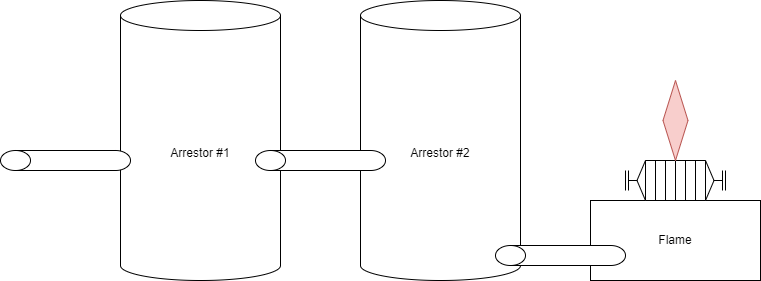
ConnerSanders/CapstoneStarterRepo keeps this draw.io diagram as Documentation/Images/Arrestor.drawio.png. Above is the earlier version. Source tidied: cells renumbered, new cells last; positions are measured from the earlier drawing's top-left corner, leaving out a move shared by most shapes. The source it was exported from:
```xml
<mxGraphModel>
  <root>
    <mxCell id="0" />
    <mxCell id="1" parent="0" />
    <mxCell id="2" value="Arrestor #1" style="shape=cylinder3;whiteSpace=wrap;html=1;boundedLbl=1;backgroundOutline=1;size=15;" parent="1" vertex="1">
      <mxGeometry x="65" width="160" height="280" as="geometry" />
    </mxCell>
    <mxCell id="3" value="Arrestor #2" style="shape=cylinder3;whiteSpace=wrap;html=1;boundedLbl=1;backgroundOutline=1;size=15;" parent="1" vertex="1">
      <mxGeometry x="305" width="160" height="280" as="geometry" />
    </mxCell>
    <mxCell id="4" value="Flame" style="rounded=0;whiteSpace=wrap;html=1;" parent="1" vertex="1">
      <mxGeometry x="535" y="200" width="170" height="80" as="geometry" />
    </mxCell>
    <mxCell id="5" style="verticalLabelPosition=bottom;align=center;dashed=0;html=1;verticalAlign=top;shape=mxgraph.pid.misc.flame_arrestor;" parent="1" vertex="1">
      <mxGeometry x="570" y="160" width="100" height="40" as="geometry" />
    </mxCell>
    <mxCell id="6" style="rhombus;whiteSpace=wrap;html=1;fillColor=#f8cecc;strokeColor=#b85450;" parent="1" vertex="1">
      <mxGeometry x="607.5" y="80" width="25" height="80" as="geometry" />
    </mxCell>
    <mxCell id="7" style="shape=cylinder3;whiteSpace=wrap;html=1;boundedLbl=1;backgroundOutline=1;size=15;rotation=-90;" parent="1" vertex="1">
      <mxGeometry y="95" width="20" height="130" as="geometry" />
    </mxCell>
    <mxCell id="8" style="shape=cylinder3;whiteSpace=wrap;html=1;boundedLbl=1;backgroundOutline=1;size=15;rotation=-90;" parent="1" vertex="1">
      <mxGeometry x="255" y="95" width="20" height="130" as="geometry" />
    </mxCell>
    <mxCell id="9" style="shape=cylinder3;whiteSpace=wrap;html=1;boundedLbl=1;backgroundOutline=1;size=15;rotation=-90;" parent="1" vertex="1">
      <mxGeometry x="495" y="190" width="20" height="130" as="geometry" />
    </mxCell>
  </root>
</mxGraphModel>
```
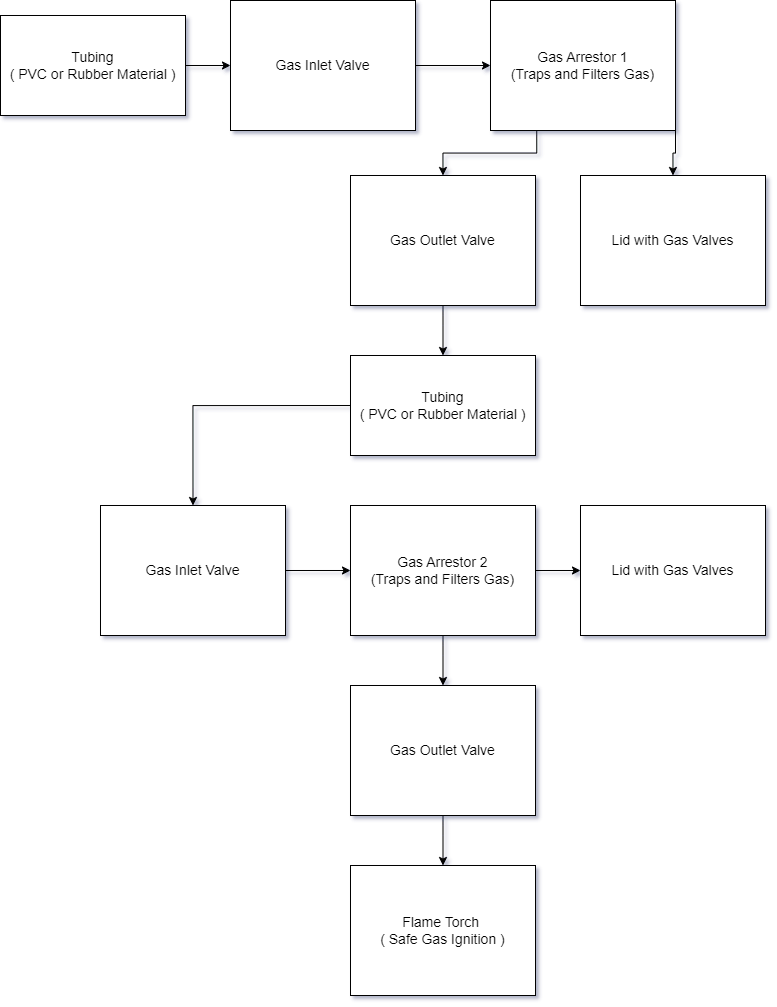
After the change.

What changed in the source:
```diff
@@ -1,30 +1,69 @@
-<mxGraphModel>
+<mxGraphModel shadow="1">
   <root>
     <mxCell id="0" />
     <mxCell id="1" parent="0" />
-    <mxCell id="2" value="Arrestor #1" style="shape=cylinder3;whiteSpace=wrap;html=1;boundedLbl=1;backgroundOutline=1;size=15;" parent="1" vertex="1">
-      <mxGeometry x="65" width="160" height="280" as="geometry" />
-    </mxCell>
-    <mxCell id="3" value="Arrestor #2" style="shape=cylinder3;whiteSpace=wrap;html=1;boundedLbl=1;backgroundOutline=1;size=15;" parent="1" vertex="1">
-      <mxGeometry x="305" width="160" height="280" as="geometry" />
-    </mxCell>
-    <mxCell id="4" value="Flame" style="rounded=0;whiteSpace=wrap;html=1;" parent="1" vertex="1">
-      <mxGeometry x="535" y="200" width="170" height="80" as="geometry" />
-    </mxCell>
-    <mxCell id="5" style="verticalLabelPosition=bottom;align=center;dashed=0;html=1;verticalAlign=top;shape=mxgraph.pid.misc.flame_arrestor;" parent="1" vertex="1">
-      <mxGeometry x="570" y="160" width="100" height="40" as="geometry" />
-    </mxCell>
-    <mxCell id="6" style="rhombus;whiteSpace=wrap;html=1;fillColor=#f8cecc;strokeColor=#b85450;" parent="1" vertex="1">
-      <mxGeometry x="607.5" y="80" width="25" height="80" as="geometry" />
-    </mxCell>
-    <mxCell id="7" style="shape=cylinder3;whiteSpace=wrap;html=1;boundedLbl=1;backgroundOutline=1;size=15;rotation=-90;" parent="1" vertex="1">
-      <mxGeometry y="95" width="20" height="130" as="geometry" />
-    </mxCell>
-    <mxCell id="8" style="shape=cylinder3;whiteSpace=wrap;html=1;boundedLbl=1;backgroundOutline=1;size=15;rotation=-90;" parent="1" vertex="1">
-      <mxGeometry x="255" y="95" width="20" height="130" as="geometry" />
-    </mxCell>
-    <mxCell id="9" style="shape=cylinder3;whiteSpace=wrap;html=1;boundedLbl=1;backgroundOutline=1;size=15;rotation=-90;" parent="1" vertex="1">
-      <mxGeometry x="495" y="190" width="20" height="130" as="geometry" />
-    </mxCell>
+    <mxCell id="10" value="&lt;font style=&quot;font-size: 14px;&quot;&gt;Lid with Gas Valves&lt;/font&gt;" style="rounded=0;whiteSpace=wrap;html=1;" parent="1" vertex="1">
+      <mxGeometry x="525" y="140" width="185" height="130" as="geometry" />
+    </mxCell>
+    <mxCell id="11" style="edgeStyle=orthogonalEdgeStyle;rounded=0;jettySize=auto;html=1;exitX=1;exitY=0.5;exitDx=0;exitDy=0;entryX=0;entryY=0.5;entryDx=0;entryDy=0;" parent="1" edge="1" source="12" target="19">
+      <mxGeometry relative="1" as="geometry" />
+    </mxCell>
+    <mxCell id="12" value="&lt;font style=&quot;font-size: 14px;&quot;&gt;Gas Inlet Valve&lt;/font&gt;" style="rounded=0;whiteSpace=wrap;html=1;" parent="1" vertex="1">
+      <mxGeometry x="175" y="-35" width="185" height="130" as="geometry" />
+    </mxCell>
+    <mxCell id="13" style="edgeStyle=orthogonalEdgeStyle;rounded=0;jettySize=auto;html=1;exitX=0.5;exitY=1;exitDx=0;exitDy=0;entryX=0.5;entryY=0;entryDx=0;entryDy=0;" parent="1" edge="1" source="14" target="24">
+      <mxGeometry relative="1" as="geometry" />
+    </mxCell>
+    <mxCell id="14" value="&lt;font style=&quot;font-size: 14px;&quot;&gt;Gas Outlet Valve&lt;/font&gt;" style="rounded=0;whiteSpace=wrap;html=1;" parent="1" vertex="1">
+      <mxGeometry x="295" y="140" width="185" height="130" as="geometry" />
+    </mxCell>
+    <mxCell id="15" style="edgeStyle=orthogonalEdgeStyle;rounded=0;jettySize=auto;html=1;exitX=1;exitY=0.5;exitDx=0;exitDy=0;entryX=0;entryY=0.5;entryDx=0;entryDy=0;" parent="1" edge="1" source="16" target="12">
+      <mxGeometry relative="1" as="geometry" />
+    </mxCell>
+    <mxCell id="16" value="&lt;font style=&quot;font-size: 14px;&quot;&gt;Tubing&lt;br&gt;( PVC or Rubber Material )&lt;br&gt;&lt;/font&gt;" style="rounded=0;whiteSpace=wrap;html=1;" parent="1" vertex="1">
+      <mxGeometry x="-55" y="-20" width="185" height="100" as="geometry" />
+    </mxCell>
+    <mxCell id="17" style="edgeStyle=orthogonalEdgeStyle;rounded=0;jettySize=auto;html=1;exitX=1;exitY=1;exitDx=0;exitDy=0;entryX=0.5;entryY=0;entryDx=0;entryDy=0;" parent="1" edge="1" source="19" target="10">
+      <mxGeometry relative="1" as="geometry" />
+    </mxCell>
+    <mxCell id="18" style="edgeStyle=orthogonalEdgeStyle;rounded=0;jettySize=auto;html=1;exitX=0.25;exitY=1;exitDx=0;exitDy=0;entryX=0.5;entryY=0;entryDx=0;entryDy=0;" parent="1" edge="1" source="19" target="14">
+      <mxGeometry relative="1" as="geometry" />
+    </mxCell>
+    <mxCell id="19" value="&lt;font style=&quot;font-size: 14px;&quot;&gt;Gas Arrestor 1&lt;br&gt;(Traps and Filters Gas)&lt;br&gt;&lt;/font&gt;" style="rounded=0;whiteSpace=wrap;html=1;" parent="1" vertex="1">
+      <mxGeometry x="435" y="-35" width="185" height="130" as="geometry" />
+    </mxCell>
+    <mxCell id="20" style="edgeStyle=orthogonalEdgeStyle;rounded=0;jettySize=auto;html=1;exitX=0.5;exitY=1;exitDx=0;exitDy=0;entryX=0.5;entryY=0;entryDx=0;entryDy=0;" parent="1" edge="1" source="22" target="28">
+      <mxGeometry relative="1" as="geometry" />
+    </mxCell>
+    <mxCell id="21" style="edgeStyle=orthogonalEdgeStyle;rounded=0;jettySize=auto;html=1;exitX=1;exitY=0.5;exitDx=0;exitDy=0;entryX=0;entryY=0.5;entryDx=0;entryDy=0;" parent="1" edge="1" source="22" target="30">
+      <mxGeometry relative="1" as="geometry" />
+    </mxCell>
+    <mxCell id="22" value="&lt;font style=&quot;font-size: 14px;&quot;&gt;Gas Arrestor 2&lt;br&gt;(Traps and Filters Gas)&lt;br&gt;&lt;/font&gt;" style="rounded=0;whiteSpace=wrap;html=1;" parent="1" vertex="1">
+      <mxGeometry x="295" y="470" width="185" height="130" as="geometry" />
+    </mxCell>
+    <mxCell id="23" style="edgeStyle=orthogonalEdgeStyle;rounded=0;jettySize=auto;html=1;exitX=0;exitY=0.5;exitDx=0;exitDy=0;entryX=0.5;entryY=0;entryDx=0;entryDy=0;" parent="1" edge="1" source="24" target="26">
+      <mxGeometry relative="1" as="geometry" />
+    </mxCell>
+    <mxCell id="24" value="&lt;font style=&quot;font-size: 14px;&quot;&gt;Tubing&lt;br&gt;( PVC or Rubber Material )&lt;br&gt;&lt;/font&gt;" style="rounded=0;whiteSpace=wrap;html=1;" parent="1" vertex="1">
+      <mxGeometry x="295" y="320" width="185" height="100" as="geometry" />
+    </mxCell>
+    <mxCell id="25" style="edgeStyle=orthogonalEdgeStyle;rounded=0;jettySize=auto;html=1;exitX=1;exitY=0.5;exitDx=0;exitDy=0;entryX=0;entryY=0.5;entryDx=0;entryDy=0;" parent="1" edge="1" source="26" target="22">
+      <mxGeometry relative="1" as="geometry" />
+    </mxCell>
+    <mxCell id="26" value="&lt;font style=&quot;font-size: 14px;&quot;&gt;Gas Inlet Valve&lt;/font&gt;" style="rounded=0;whiteSpace=wrap;html=1;" parent="1" vertex="1">
+      <mxGeometry x="45" y="470" width="185" height="130" as="geometry" />
+    </mxCell>
+    <mxCell id="27" style="edgeStyle=orthogonalEdgeStyle;rounded=0;jettySize=auto;html=1;exitX=0.5;exitY=1;exitDx=0;exitDy=0;entryX=0.5;entryY=0;entryDx=0;entryDy=0;" parent="1" edge="1" source="28" target="29">
+      <mxGeometry relative="1" as="geometry" />
+    </mxCell>
+    <mxCell id="28" value="&lt;font style=&quot;font-size: 14px;&quot;&gt;Gas Outlet Valve&lt;/font&gt;" style="rounded=0;whiteSpace=wrap;html=1;" parent="1" vertex="1">
+      <mxGeometry x="295" y="650" width="185" height="130" as="geometry" />
+    </mxCell>
+    <mxCell id="29" value="&lt;font style=&quot;font-size: 14px;&quot;&gt;Flame Torch&amp;nbsp;&lt;br&gt;( Safe Gas Ignition )&lt;br&gt;&lt;/font&gt;" style="rounded=0;whiteSpace=wrap;html=1;" parent="1" vertex="1">
+      <mxGeometry x="295" y="830" width="185" height="130" as="geometry" />
+    </mxCell>
+    <mxCell id="30" value="&lt;font style=&quot;font-size: 14px;&quot;&gt;Lid with Gas Valves&lt;/font&gt;" style="rounded=0;whiteSpace=wrap;html=1;" parent="1" vertex="1">
+      <mxGeometry x="525" y="470" width="185" height="130" as="geometry" />
+    </mxCell>
   </root>
 </mxGraphModel>
```
